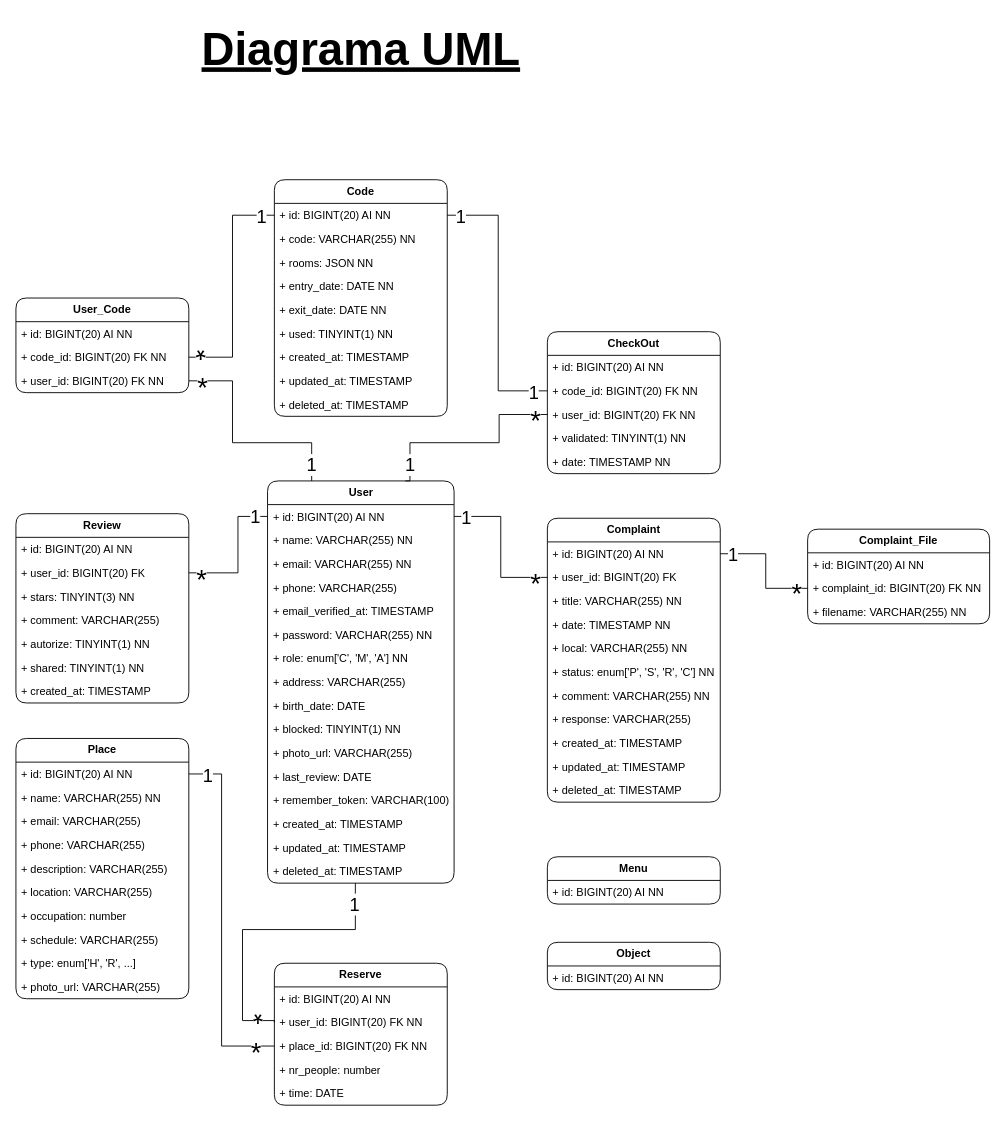
Before: page "Diagrama UML" (1 of 2) of HappyGuest.drawio in Happy-Guest/HG-Notes, a draw.io diagram. Source tidied: cells renumbered, new cells numbered last; positions are measured from the earlier drawing's top-left corner, leaving out a move shared by most shapes. Both pictures are drawn from the tidied source at 91%, with x=0, y=0 at pixel (15, 15).
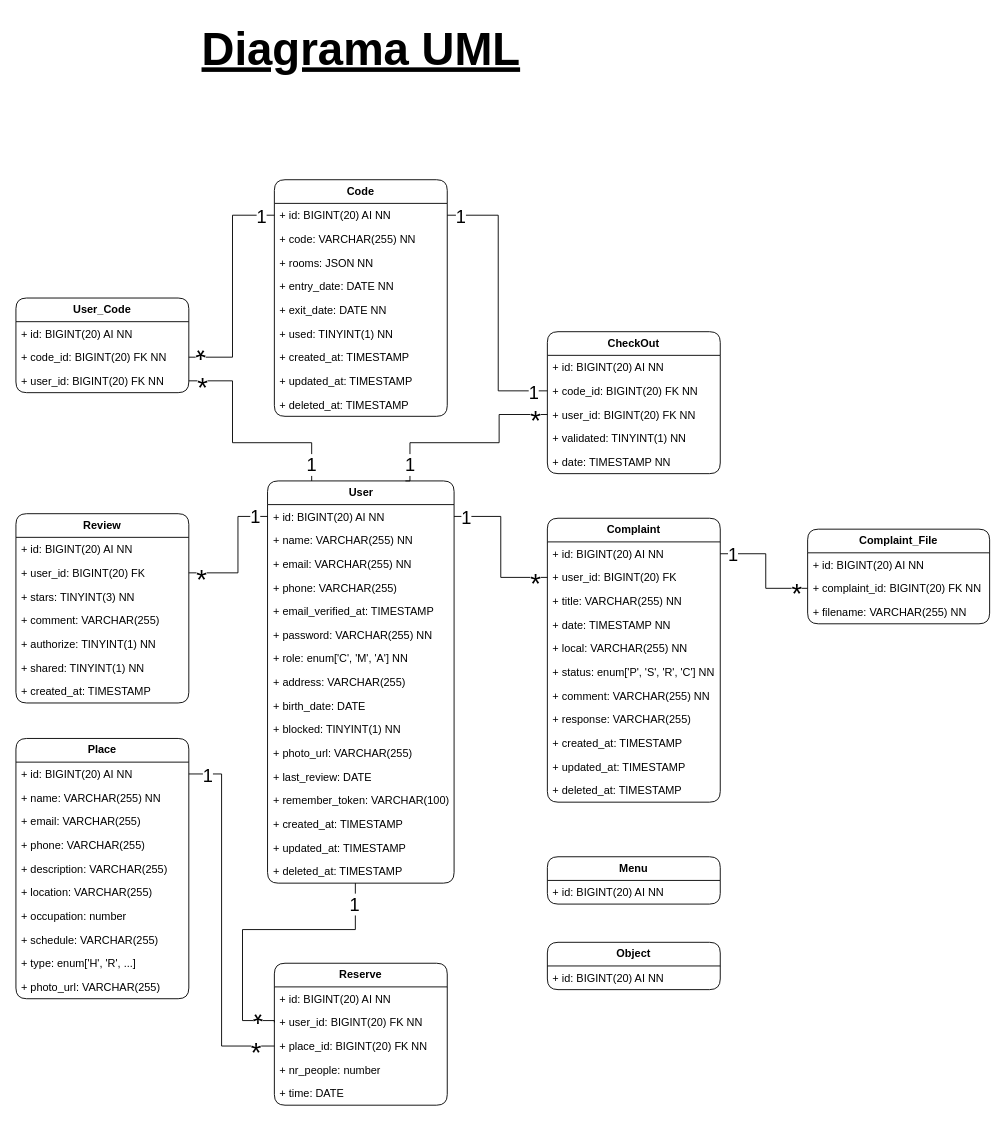
Above is the later version.

The change refers to these unchanged cells:
```xml
<mxCell id="42" value="&lt;b&gt;Review&lt;/b&gt;" style="swimlane;fontStyle=0;horizontal=1;startSize=26;fillColor=none;whiteSpace=wrap;html=1;perimeterSpacing=0;rounded=1;" parent="1" vertex="1">
  <mxGeometry y="547" width="190" height="208" as="geometry" />
</mxCell>
```

Change to the diagram source:
```diff
@@
-    <mxCell id="47" value="+ autorize: TINYINT(1) NN" style="text;strokeColor=none;fillColor=none;align=left;verticalAlign=top;spacingLeft=4;spacingRight=4;overflow=hidden;whiteSpace=wrap;html=1;" parent="42" vertex="1">
+    <mxCell id="47" value="+ authorize: TINYINT(1) NN" style="text;strokeColor=none;fillColor=none;align=left;verticalAlign=top;spacingLeft=4;spacingRight=4;overflow=hidden;whiteSpace=wrap;html=1;" parent="42" vertex="1">
       <mxGeometry y="130" width="190" height="26" as="geometry" />
     </mxCell>
```
